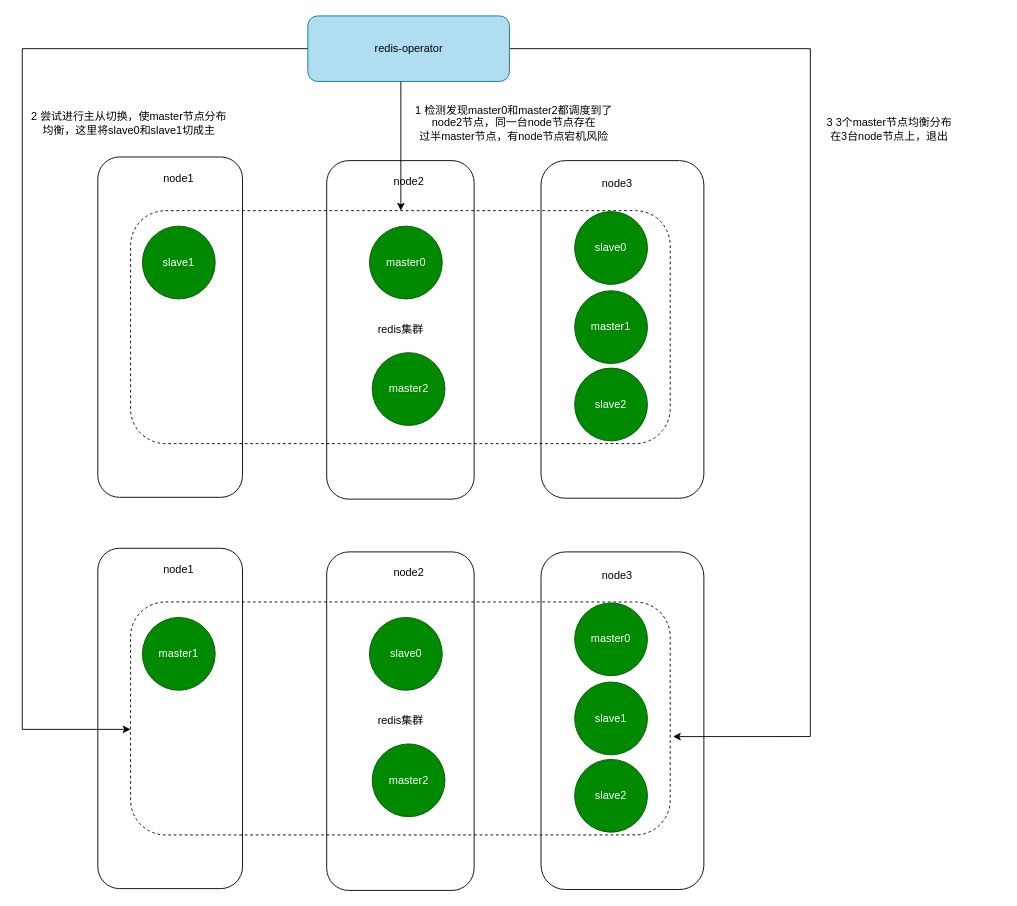
Earlier version of the draw.io diagram diagrams/redis主节点分布重均衡.drawio (fengyinqiao/cloudimg). Source tidied: cells renumbered, new cells numbered last; positions are measured from the earlier drawing's top-left corner, leaving out a move shared by most shapes. Both pictures are drawn from the tidied source at 91%, with x=0, y=0 at pixel (22, 15).
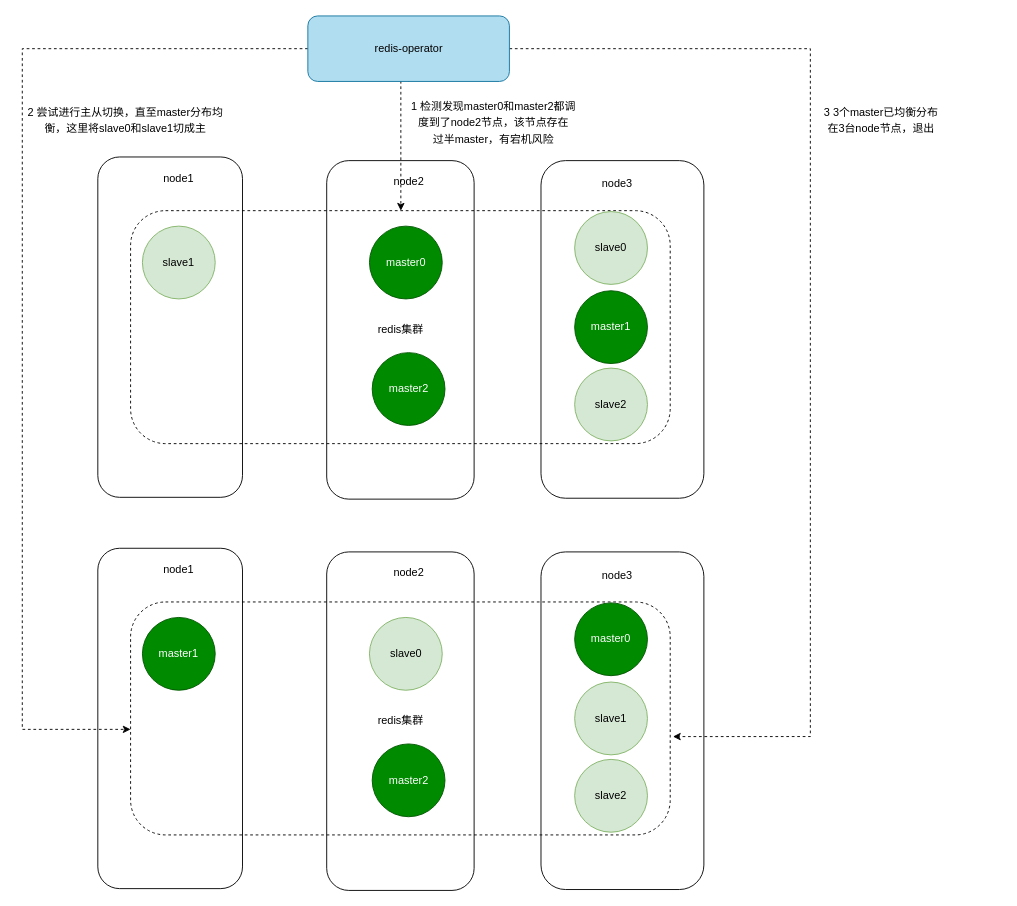
The same page after the edit.

Commit message:
更新redis主节点分布重均衡.drawio

The change refers to these unchanged cells:
```xml
<mxCell id="5" value="redis-operator" style="rounded=1;whiteSpace=wrap;html=1;fillColor=#b1ddf0;strokeColor=#10739e;" parent="1" vertex="1">
  <mxGeometry x="313.8" width="221.5" height="72" as="geometry" />
</mxCell>
<mxCell id="6" style="rounded=1;whiteSpace=wrap;html=1;dashed=1;" parent="1" vertex="1">
  <mxGeometry x="119" y="214" width="593" height="256" as="geometry" />
</mxCell>
<mxCell id="19" style="rounded=1;whiteSpace=wrap;html=1;dashed=1;" parent="1" vertex="1">
  <mxGeometry x="119" y="644" width="593" height="256" as="geometry" />
</mxCell>
<mxCell id="22" style="rounded=1;whiteSpace=wrap;html=1;fillColor=none;" parent="1" vertex="1">
  <mxGeometry x="570" y="589" width="179" height="371" as="geometry" />
</mxCell>
```

The edit, as a diff of the source:
```diff
@@
-    <mxCell id="2" style="edgeStyle=orthogonalEdgeStyle;rounded=0;jettySize=auto;html=1;exitX=0.5;exitY=1;exitDx=0;exitDy=0;" parent="1" edge="1" source="5" target="6">
+    <mxCell id="2" style="edgeStyle=orthogonalEdgeStyle;rounded=0;jettySize=auto;html=1;exitX=0.5;exitY=1;exitDx=0;exitDy=0;dashed=1;" parent="1" edge="1" source="5" target="6">
       <mxGeometry relative="1" as="geometry">
         <Array as="points">
           <mxPoint x="416" y="37" />
         </Array>
       </mxGeometry>
     </mxCell>
-    <mxCell id="3" style="edgeStyle=orthogonalEdgeStyle;rounded=0;jettySize=auto;html=1;exitX=0;exitY=0.5;exitDx=0;exitDy=0;" parent="1" edge="1" source="5" target="19">
+    <mxCell id="3" style="edgeStyle=orthogonalEdgeStyle;rounded=0;jettySize=auto;html=1;exitX=0;exitY=0.5;exitDx=0;exitDy=0;dashed=1;" parent="1" edge="1" source="5" target="19">
       <mxGeometry relative="1" as="geometry">
         <Array as="points">
           <mxPoint y="36" />
           <mxPoint y="784" />
         </Array>
       </mxGeometry>
     </mxCell>
-    <mxCell id="4" style="edgeStyle=orthogonalEdgeStyle;rounded=0;jettySize=auto;html=1;exitX=1;exitY=0.5;exitDx=0;exitDy=0;entryX=0.81;entryY=0.547;entryDx=0;entryDy=0;entryPerimeter=0;" parent="1" edge="1" source="5" target="22">
+    <mxCell id="4" style="edgeStyle=orthogonalEdgeStyle;rounded=0;jettySize=auto;html=1;exitX=1;exitY=0.5;exitDx=0;exitDy=0;entryX=0.81;entryY=0.547;entryDx=0;entryDy=0;entryPerimeter=0;dashed=1;" parent="1" edge="1" source="5" target="22">
       <mxGeometry relative="1" as="geometry">
         <Array as="points">
           <mxPoint x="866" y="36" />
           <mxPoint x="866" y="792" />
         </Array>
       </mxGeometry>
     </mxCell>
@@
-    <mxCell id="10" value="slave2" style="ellipse;whiteSpace=wrap;html=1;fillColor=#008a00;fontColor=#ffffff;strokeColor=#005700;" parent="1" vertex="1">
+    <mxCell id="10" value="slave2" style="ellipse;whiteSpace=wrap;html=1;fillColor=#d5e8d4;strokeColor=#82b366;" parent="1" vertex="1">
       <mxGeometry x="607" y="387" width="80" height="80" as="geometry" />
     </mxCell>
-    <mxCell id="11" value="slave1" style="ellipse;whiteSpace=wrap;html=1;fillColor=#008a00;fontColor=#ffffff;strokeColor=#005700;" parent="1" vertex="1">
+    <mxCell id="11" value="slave1" style="ellipse;whiteSpace=wrap;html=1;fillColor=#d5e8d4;strokeColor=#82b366;" parent="1" vertex="1">
       <mxGeometry x="132" y="231" width="80" height="80" as="geometry" />
     </mxCell>
@@
-    <mxCell id="16" value="slave0" style="ellipse;whiteSpace=wrap;html=1;fillColor=#008a00;fontColor=#ffffff;strokeColor=#005700;" parent="1" vertex="1">
+    <mxCell id="16" value="slave0" style="ellipse;whiteSpace=wrap;html=1;fillColor=#d5e8d4;strokeColor=#82b366;" parent="1" vertex="1">
       <mxGeometry x="607" y="215" width="80" height="80" as="geometry" />
     </mxCell>
@@
-    <mxCell id="23" value="slave2" style="ellipse;whiteSpace=wrap;html=1;fillColor=#008a00;fontColor=#ffffff;strokeColor=#005700;" parent="1" vertex="1">
+    <mxCell id="23" value="slave2" style="ellipse;whiteSpace=wrap;html=1;fillColor=#d5e8d4;strokeColor=#82b366;" parent="1" vertex="1">
       <mxGeometry x="607" y="817" width="80" height="80" as="geometry" />
     </mxCell>
@@
-    <mxCell id="26" value="slave0" style="ellipse;whiteSpace=wrap;html=1;fillColor=#008a00;fontColor=#ffffff;strokeColor=#005700;" parent="1" vertex="1">
+    <mxCell id="26" value="slave0" style="ellipse;whiteSpace=wrap;html=1;fillColor=#d5e8d4;strokeColor=#82b366;" parent="1" vertex="1">
       <mxGeometry x="381.5" y="661" width="80" height="80" as="geometry" />
     </mxCell>
@@
-    <mxCell id="30" value="slave1" style="ellipse;whiteSpace=wrap;html=1;fillColor=#008a00;fontColor=#ffffff;strokeColor=#005700;" parent="1" vertex="1">
+    <mxCell id="30" value="slave1" style="ellipse;whiteSpace=wrap;html=1;fillColor=#d5e8d4;strokeColor=#82b366;" parent="1" vertex="1">
       <mxGeometry x="607" y="732" width="80" height="80" as="geometry" />
     </mxCell>
@@
-    <mxCell id="32" value="1 检测发现master0和master2都调度到了node2节点，同一台node节点存在&lt;br&gt;过半master节点，有node节点宕机风险" style="text;html=1;strokeColor=none;fillColor=none;align=center;verticalAlign=middle;whiteSpace=wrap;rounded=0;dashed=1;" parent="1" vertex="1">
-      <mxGeometry x="430" y="80" width="221" height="75" as="geometry" />
+    <mxCell id="32" value="&lt;p style=&quot;line-height: 150%;&quot;&gt;1 检测发现master0和master2都调度到了node2节点，该节点存在&lt;br&gt;过半master，有宕机风险&lt;/p&gt;" style="text;html=1;strokeColor=none;fillColor=none;align=center;verticalAlign=middle;whiteSpace=wrap;rounded=0;dashed=1;" parent="1" vertex="1">
+      <mxGeometry x="424" y="79" width="188" height="75" as="geometry" />
     </mxCell>
-    <mxCell id="33" value="2 尝试进行主从切换，使master节点分布均衡，这里将slave0和slave1切成主" style="text;html=1;strokeColor=none;fillColor=none;align=center;verticalAlign=middle;whiteSpace=wrap;rounded=0;dashed=1;" parent="1" vertex="1">
-      <mxGeometry x="7" y="80" width="221" height="75" as="geometry" />
+    <mxCell id="33" value="&lt;p style=&quot;line-height: 150%;&quot;&gt;2 尝试进行主从切换，直至master分布均衡，这里将slave0和slave1切成主&lt;/p&gt;" style="text;html=1;strokeColor=none;fillColor=none;align=center;verticalAlign=middle;whiteSpace=wrap;rounded=0;dashed=1;" parent="1" vertex="1">
+      <mxGeometry x="3" y="76" width="221" height="75" as="geometry" />
     </mxCell>
-    <mxCell id="34" value="3 3个master节点均衡分布&lt;br&gt;在3台node节点上，退出" style="text;html=1;strokeColor=none;fillColor=none;align=center;verticalAlign=middle;whiteSpace=wrap;rounded=0;dashed=1;" parent="1" vertex="1">
-      <mxGeometry x="830" y="87" width="246" height="75" as="geometry" />
+    <mxCell id="34" value="&lt;p style=&quot;line-height: 150%;&quot;&gt;3 3个master已均衡分布&lt;br&gt;在3台node节点，退出&lt;/p&gt;" style="text;html=1;strokeColor=none;fillColor=none;align=center;verticalAlign=middle;whiteSpace=wrap;rounded=0;dashed=1;" parent="1" vertex="1">
+      <mxGeometry x="861" y="76" width="166" height="75" as="geometry" />
     </mxCell>
```
